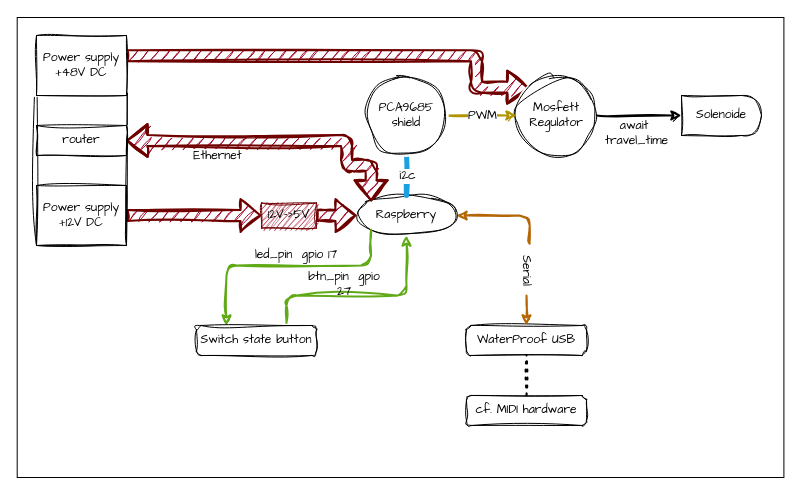
Above: ressources/diagram-hardware.drawio in lan-ensad/cloches-sous-tension (draw.io), before the change. Source tidied: cells renumbered, new cells numbered last; positions are measured from the earlier drawing's top-left corner, leaving out a move shared by most shapes. Both pictures are drawn from the tidied source at 100%, with x=0, y=0 at pixel (17, 17).
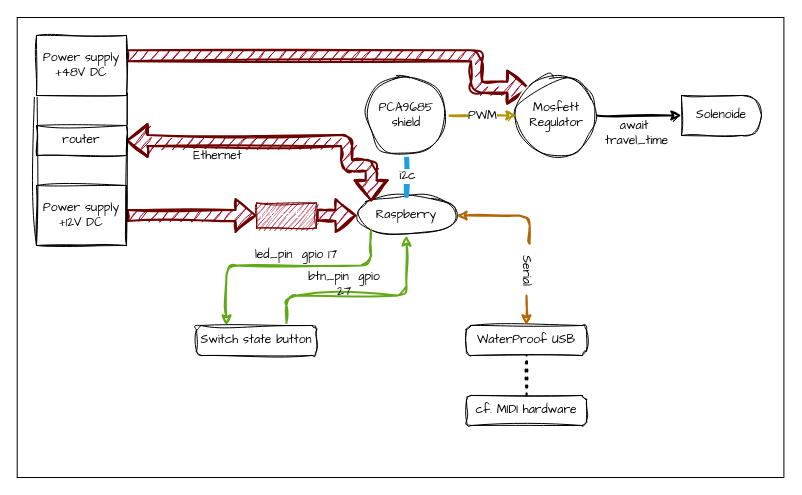
The same page after the edit.

Change to the diagram source:
```diff
@@
-    <mxCell id="11" value="12V-&amp;gt;5V" style="rounded=0;whiteSpace=wrap;html=1;fontSize=12;sketch=1;curveFitting=1;jiggle=2;fillColor=#a20025;fontColor=#000000;strokeColor=#6F0000;fontFamily=Architects Daughter;" parent="1" vertex="1">
-      <mxGeometry x="244" y="185.5" width="55" height="25" as="geometry" />
+    <mxCell id="11" value="12V -&amp;gt; 5V" style="rounded=0;whiteSpace=wrap;html=1;fontSize=12;sketch=1;curveFitting=1;jiggle=2;fillColor=#a20025;fontColor=#FFFFFF;strokeColor=#6F0000;fontFamily=Architects Daughter;" parent="1" vertex="1">
+      <mxGeometry x="239" y="185.5" width="60" height="25" as="geometry" />
     </mxCell>
```
